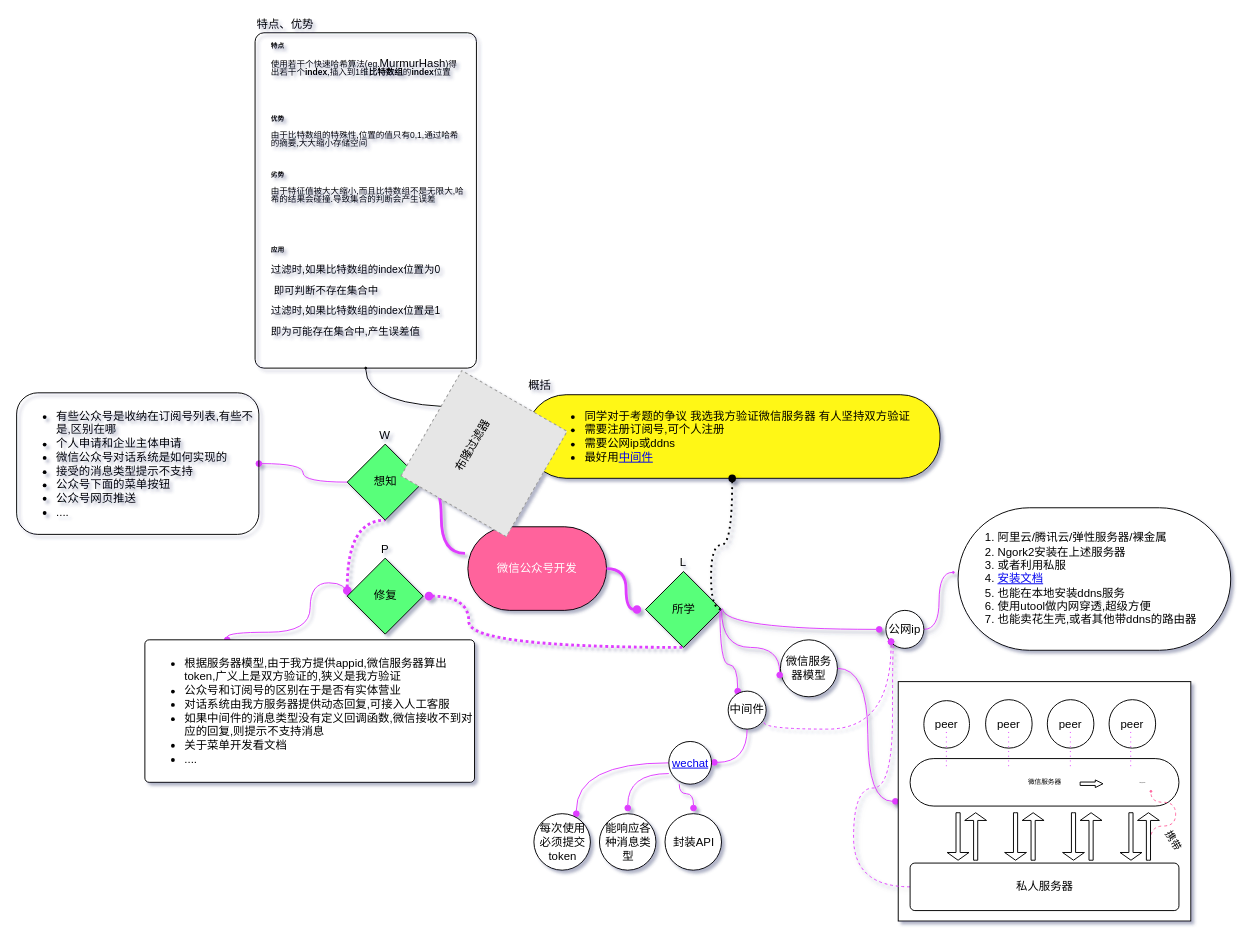
cool-delete/- keeps this draw.io diagram as 微信公众号开发.drawio. Above is the earlier version. Source tidied: cells renumbered, new cells numbered last; positions are measured from the earlier drawing's top-left corner, leaving out a move shared by most shapes. Both pictures are drawn from the tidied source at 95%, with x=0, y=0 at pixel (16, 32). Pictures stored in the file or linked from it are replaced by grey dashed boxes.
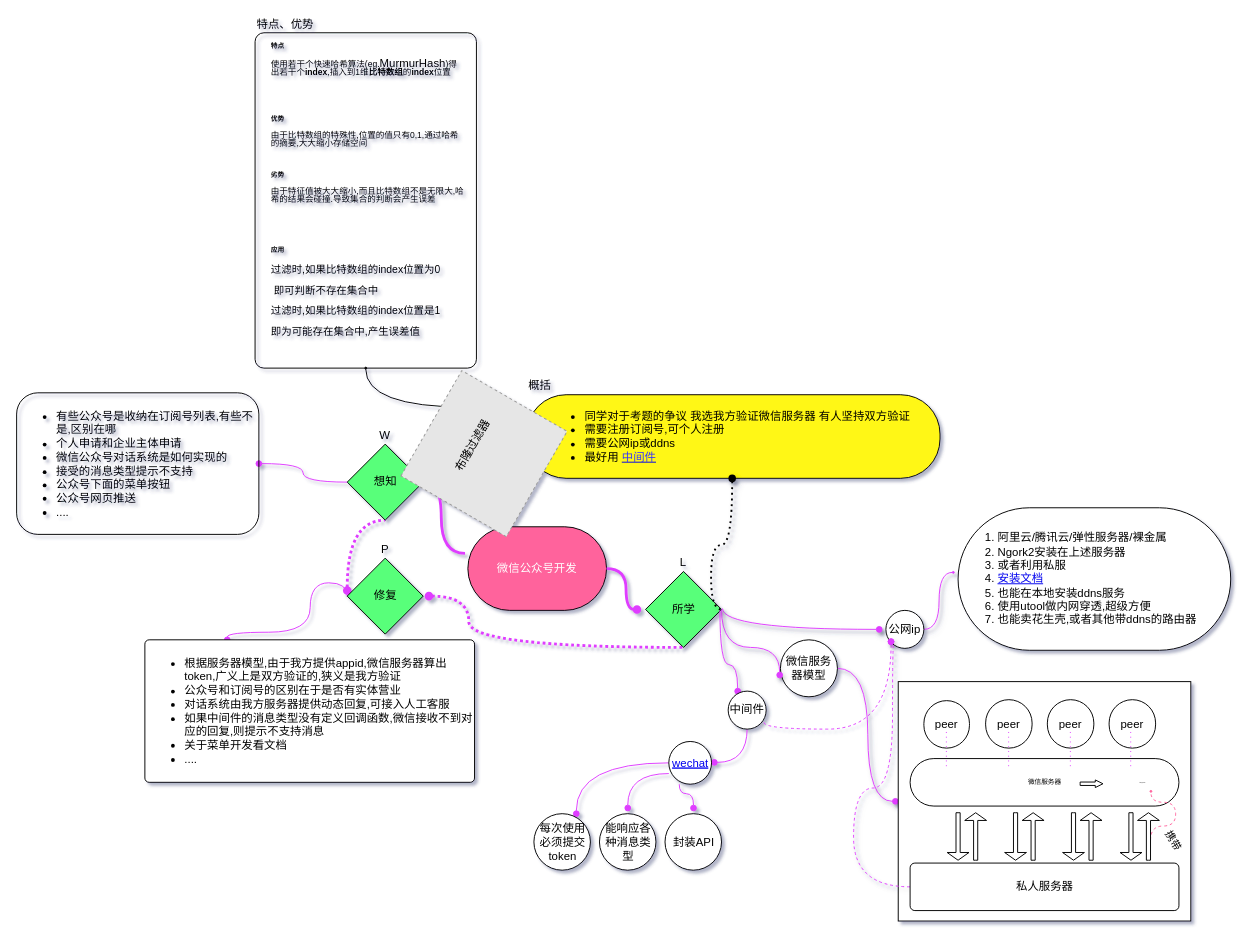
Above is the later version.

Commit message:
更新微信公众号开发.drawio

Diff of the diagram source:
```diff
@@
-    <mxCell id="22" style="group;" parent="1" vertex="1">
+    <mxCell id="22" style="group;noLabel=1;fontColor=none;" parent="1" vertex="1">
       <mxGeometry x="510" y="379" width="435" height="88" as="geometry" />
     </mxCell>
@@
-    <mxCell id="24" value="&lt;ul style=&quot;text-align: left&quot;&gt;&lt;li&gt;同学对于考题的争议 我选我方验证微信服务器 有人坚持双方验证&lt;/li&gt;&lt;li&gt;需要注册订阅号,可个人注册&lt;/li&gt;&lt;li&gt;需要公网ip或ddns&lt;/li&gt;&lt;li&gt;最好用&lt;a href=&quot;https://github.com/node-webot/co-wechat/blob/master/README.md&quot;&gt;中间件&lt;/a&gt;&lt;/li&gt;&lt;/ul&gt;" style="text;html=1;align=center;verticalAlign=middle;points=[];" parent="22" vertex="1">
+    <mxCell id="24" value="&lt;ul style=&quot;text-align: left&quot;&gt;&lt;li&gt;同学对于考题的争议 我选我方验证微信服务器 有人坚持双方验证&lt;/li&gt;&lt;li&gt;需要注册订阅号,可个人注册&lt;/li&gt;&lt;li&gt;需要公网ip或ddns&lt;/li&gt;&lt;li&gt;最好用&amp;nbsp;&lt;a href=&quot;https://github.com/node-webot/co-wechat/blob/master/README.md&quot;&gt;&lt;font color=&quot;#3636ff&quot;&gt;中间件&lt;/font&gt;&lt;/a&gt;&lt;/li&gt;&lt;/ul&gt;" style="text;html=1;align=center;verticalAlign=middle;points=[];" parent="22" vertex="1">
       <mxGeometry x="42" y="4" width="393" height="84" as="geometry" />
     </mxCell>
@@
-    <mxCell id="57" value="&lt;a href=&quot;https://github.com/node-webot/wechat&quot;&gt;&lt;font&gt;wechat&lt;/font&gt;&lt;/a&gt;" style="whiteSpace=wrap;html=1;rounded=1;fillColor=#FFFFFF;arcSize=50;fontColor=#FFF712;" parent="1" vertex="1">
+    <mxCell id="57" value="&lt;a href=&quot;https://github.com/node-webot/wechat&quot;&gt;&lt;font&gt;wechat&lt;/font&gt;&lt;/a&gt;" style="whiteSpace=wrap;html=1;rounded=1;fillColor=#FFFFFF;arcSize=50;fontColor=#3636FF;fontStyle=4;" parent="1" vertex="1">
       <mxGeometry x="686.5" y="746" width="45" height="45" as="geometry" />
     </mxCell>
```
